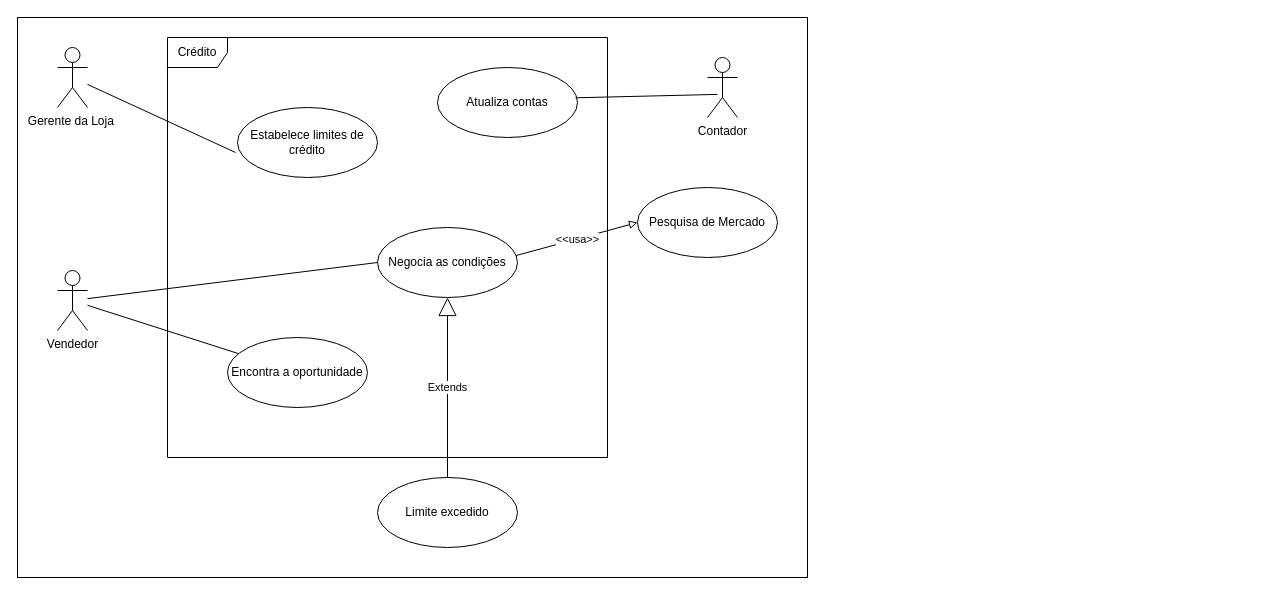
This is EngSoftwareI/img/casosDeUsoExemplo.drawio from frankalcantara/Aulas, a draw.io file, before an edit. Source tidied: cells renumbered, new cells numbered last; positions are measured from the earlier drawing's top-left corner, leaving out a move shared by most shapes. Both pictures are drawn from the tidied source at 100%, with x=0, y=0 at pixel (17, 17).
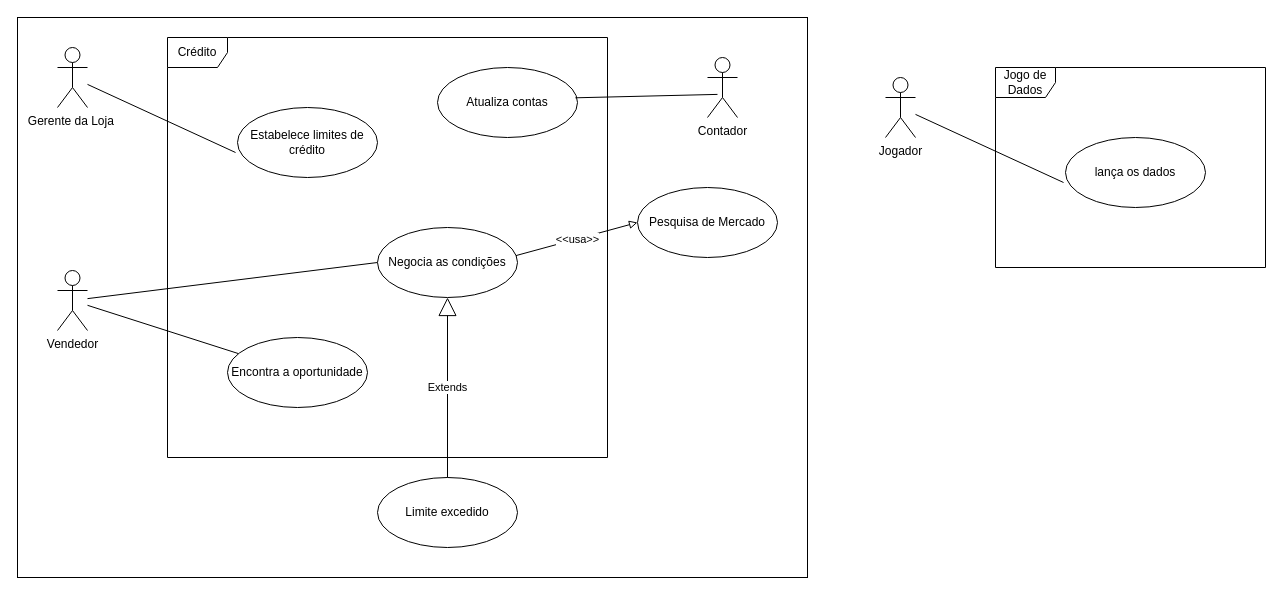
After the change.

The edit, as a diff of the source:
```diff
@@
+    <mxCell id="20" value="Jogo de Dados" style="shape=umlFrame;whiteSpace=wrap;html=1;" parent="1" vertex="1">
+      <mxGeometry x="978" y="50" width="270" height="200" as="geometry" />
+    </mxCell>
+    <mxCell id="21" style="rounded=0;jettySize=auto;html=1;entryX=-0.014;entryY=0.643;entryDx=0;entryDy=0;entryPerimeter=0;endArrow=none;endFill=0;" parent="1" edge="1" source="22" target="23">
+      <mxGeometry relative="1" as="geometry" />
+    </mxCell>
+    <mxCell id="22" value="Jogador" style="shape=umlActor;verticalLabelPosition=bottom;verticalAlign=top;html=1;" parent="1" vertex="1">
+      <mxGeometry x="868" y="60" width="30" height="60" as="geometry" />
+    </mxCell>
+    <mxCell id="23" value="lança os dados" style="ellipse;whiteSpace=wrap;html=1;" parent="1" vertex="1">
+      <mxGeometry x="1048" y="120" width="140" height="70" as="geometry" />
+    </mxCell>
```
